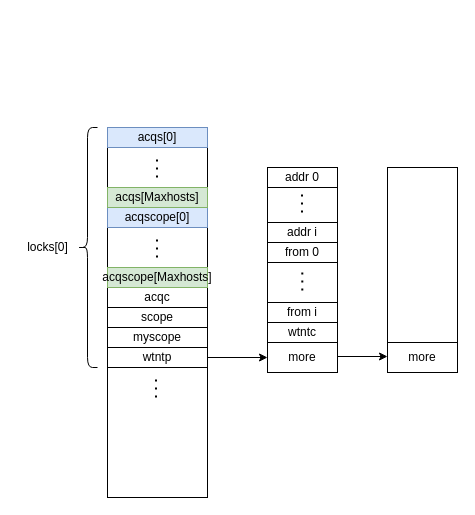
Earlier version of the draw.io diagram _draws/锁分配.drawio (segzix/segzix.github.io). Source tidied: cells renumbered, new cells numbered last; positions are measured from the earlier drawing's top-left corner, leaving out a move shared by most shapes. Both pictures are drawn from the tidied source at 100%, with x=0, y=0 at pixel (17, 127).
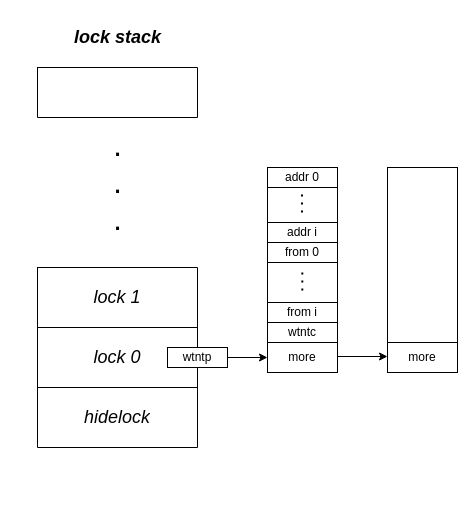
Above is the later version.

Commit message:
更新锁分配.drawio

The change refers to these unchanged cells:
```xml
<mxCell id="14" value="more" style="rounded=0;whiteSpace=wrap;html=1;" parent="1" vertex="1">
  <mxGeometry x="250" y="215" width="70" height="30" as="geometry" />
</mxCell>
```

What changed in the source:
```diff
@@
-    <mxCell id="2" style="rounded=0;whiteSpace=wrap;html=1;" parent="1" vertex="1">
-      <mxGeometry x="90" width="100" height="370" as="geometry" />
-    </mxCell>
@@
-    <mxCell id="4" value="wtntp" style="rounded=0;whiteSpace=wrap;html=1;" parent="1" vertex="1">
-      <mxGeometry x="90" y="220" width="100" height="20" as="geometry" />
-    </mxCell>
-    <mxCell id="5" value="myscope" style="rounded=0;whiteSpace=wrap;html=1;" parent="1" vertex="1">
-      <mxGeometry x="90" y="200" width="100" height="20" as="geometry" />
-    </mxCell>
-    <mxCell id="6" value="scope" style="rounded=0;whiteSpace=wrap;html=1;" parent="1" vertex="1">
-      <mxGeometry x="90" y="180" width="100" height="20" as="geometry" />
-    </mxCell>
-    <mxCell id="7" value="acqc" style="rounded=0;whiteSpace=wrap;html=1;" parent="1" vertex="1">
-      <mxGeometry x="90" y="160" width="100" height="20" as="geometry" />
-    </mxCell>
-    <mxCell id="8" value="acqscope[Maxhosts]" style="rounded=0;whiteSpace=wrap;html=1;fillColor=#d5e8d4;strokeColor=#82b366;" parent="1" vertex="1">
-      <mxGeometry x="90" y="140" width="100" height="20" as="geometry" />
-    </mxCell>
-    <mxCell id="9" value="acqscope[0]" style="rounded=0;whiteSpace=wrap;html=1;fillColor=#dae8fc;strokeColor=#6c8ebf;" parent="1" vertex="1">
-      <mxGeometry x="90" y="80" width="100" height="20" as="geometry" />
-    </mxCell>
-    <mxCell id="10" value="acqs[Maxhosts]" style="rounded=0;whiteSpace=wrap;html=1;fillColor=#d5e8d4;strokeColor=#82b366;" parent="1" vertex="1">
-      <mxGeometry x="90" y="60" width="100" height="20" as="geometry" />
-    </mxCell>
-    <mxCell id="11" value="acqs[0]" style="rounded=0;whiteSpace=wrap;html=1;fillColor=#dae8fc;strokeColor=#6c8ebf;" parent="1" vertex="1">
-      <mxGeometry x="90" width="100" height="20" as="geometry" />
-    </mxCell>
-    <mxCell id="12" style="endArrow=none;dashed=1;html=1;dashPattern=1 3;strokeWidth=2;rounded=0;" parent="1" edge="1">
-      <mxGeometry relative="1" as="geometry">
-        <mxPoint x="139.5" y="50" as="sourcePoint" />
-        <mxPoint x="139.5" y="30" as="targetPoint" />
-      </mxGeometry>
-    </mxCell>
-    <mxCell id="13" style="endArrow=none;dashed=1;html=1;dashPattern=1 3;strokeWidth=2;rounded=0;" parent="1" edge="1">
-      <mxGeometry relative="1" as="geometry">
-        <mxPoint x="139.5" y="130" as="sourcePoint" />
-        <mxPoint x="139.5" y="110" as="targetPoint" />
-      </mxGeometry>
-    </mxCell>
@@
-    <mxCell id="15" style="endArrow=classic;html=1;rounded=0;exitX=1;exitY=0.5;exitDx=0;exitDy=0;entryX=0;entryY=0.5;entryDx=0;entryDy=0;" parent="1" edge="1" source="4" target="14">
-      <mxGeometry relative="1" as="geometry" />
-    </mxCell>
@@
-    <mxCell id="26" style="shape=curlyBracket;whiteSpace=wrap;html=1;rounded=1;labelPosition=left;verticalLabelPosition=middle;align=right;verticalAlign=middle;" parent="1" vertex="1">
-      <mxGeometry x="60" width="20" height="240" as="geometry" />
-    </mxCell>
-    <mxCell id="27" value="locks[0]" style="text;html=1;align=center;verticalAlign=middle;strokeColor=none;fillColor=none;" parent="1" vertex="1">
-      <mxGeometry y="105" width="60" height="30" as="geometry" />
-    </mxCell>
-    <mxCell id="28" style="endArrow=none;dashed=1;html=1;dashPattern=1 3;strokeWidth=2;rounded=0;" parent="1" edge="1">
-      <mxGeometry relative="1" as="geometry">
-        <mxPoint x="138.5" y="270" as="sourcePoint" />
-        <mxPoint x="138.5" y="250" as="targetPoint" />
-      </mxGeometry>
-    </mxCell>
+    <mxCell id="29" style="shape=table;startSize=0;childLayout=tableLayout;" parent="1" vertex="1">
+      <mxGeometry x="20" y="140" width="160" height="180" as="geometry" />
+    </mxCell>
+    <mxCell id="30" style="shape=tableRow;horizontal=0;startSize=0;swimlaneHead=0;swimlaneBody=0;strokeColor=inherit;top=0;left=0;bottom=0;right=0;fillColor=none;" parent="29" vertex="1">
+      <mxGeometry width="160" height="60" as="geometry" />
+    </mxCell>
+    <mxCell id="31" value="&lt;font style=&quot;font-size: 18px;&quot;&gt;&lt;i&gt;lock 1&lt;/i&gt;&lt;/font&gt;" style="shape=partialRectangle;html=1;whiteSpace=wrap;strokeColor=inherit;overflow=hidden;fillColor=none;top=0;left=0;bottom=0;right=0;" parent="30" vertex="1">
+      <mxGeometry width="160" height="60" as="geometry" />
+    </mxCell>
+    <mxCell id="32" style="shape=tableRow;horizontal=0;startSize=0;swimlaneHead=0;swimlaneBody=0;strokeColor=inherit;top=0;left=0;bottom=0;right=0;fillColor=none;" parent="29" vertex="1">
+      <mxGeometry y="60" width="160" height="60" as="geometry" />
+    </mxCell>
+    <mxCell id="33" value="&lt;i&gt;&lt;font style=&quot;font-size: 18px;&quot;&gt;lock 0&lt;/font&gt;&lt;/i&gt;" style="shape=partialRectangle;html=1;whiteSpace=wrap;strokeColor=inherit;overflow=hidden;fillColor=none;top=0;left=0;bottom=0;right=0;" parent="32" vertex="1">
+      <mxGeometry width="160" height="60" as="geometry" />
+    </mxCell>
+    <mxCell id="34" style="shape=tableRow;horizontal=0;startSize=0;swimlaneHead=0;swimlaneBody=0;strokeColor=inherit;top=0;left=0;bottom=0;right=0;fillColor=none;" parent="29" vertex="1">
+      <mxGeometry y="120" width="160" height="60" as="geometry" />
+    </mxCell>
+    <mxCell id="35" value="&lt;font style=&quot;font-size: 18px;&quot;&gt;&lt;i&gt;hidelock&lt;/i&gt;&lt;/font&gt;" style="shape=partialRectangle;html=1;whiteSpace=wrap;strokeColor=inherit;overflow=hidden;fillColor=none;top=0;left=0;bottom=0;right=0;" parent="34" vertex="1">
+      <mxGeometry width="160" height="60" as="geometry" />
+    </mxCell>
+    <mxCell id="36" value="&lt;font style=&quot;font-size: 31px;&quot;&gt;.&lt;/font&gt;&lt;div&gt;&lt;font style=&quot;font-size: 31px;&quot;&gt;.&lt;/font&gt;&lt;/div&gt;&lt;div&gt;&lt;font style=&quot;font-size: 31px;&quot;&gt;.&lt;/font&gt;&lt;/div&gt;" style="text;html=1;align=center;verticalAlign=middle;strokeColor=none;fillColor=none;" parent="1" vertex="1">
+      <mxGeometry x="85" y="-10" width="30" height="130" as="geometry" />
+    </mxCell>
+    <mxCell id="37" style="shape=table;startSize=0;childLayout=tableLayout;" parent="1" vertex="1">
+      <mxGeometry x="20" y="-60" width="160" height="50" as="geometry" />
+    </mxCell>
+    <mxCell id="38" style="shape=tableRow;horizontal=0;startSize=0;swimlaneHead=0;swimlaneBody=0;strokeColor=inherit;top=0;left=0;bottom=0;right=0;fillColor=none;" parent="37" vertex="1">
+      <mxGeometry width="160" height="50" as="geometry" />
+    </mxCell>
+    <mxCell id="39" style="shape=partialRectangle;html=1;whiteSpace=wrap;strokeColor=inherit;overflow=hidden;fillColor=none;top=0;left=0;bottom=0;right=0;" parent="38" vertex="1">
+      <mxGeometry width="160" height="50" as="geometry" />
+    </mxCell>
+    <mxCell id="40" value="&lt;font style=&quot;font-size: 18px;&quot;&gt;&lt;i&gt;&lt;b&gt;lock stack&lt;/b&gt;&lt;/i&gt;&lt;/font&gt;" style="text;html=1;align=center;verticalAlign=middle;strokeColor=none;fillColor=none;" parent="1" vertex="1">
+      <mxGeometry x="45" y="-110" width="110" height="40" as="geometry" />
+    </mxCell>
+    <mxCell id="4" value="wtntp" style="rounded=0;whiteSpace=wrap;html=1;" parent="1" vertex="1">
+      <mxGeometry x="150" y="220" width="60" height="20" as="geometry" />
+    </mxCell>
+    <mxCell id="41" style="endArrow=classic;html=1;rounded=0;exitX=1;exitY=0.5;exitDx=0;exitDy=0;" parent="1" edge="1" source="4">
+      <mxGeometry relative="1" as="geometry">
+        <mxPoint x="250" y="230" as="targetPoint" />
+      </mxGeometry>
+    </mxCell>
```
